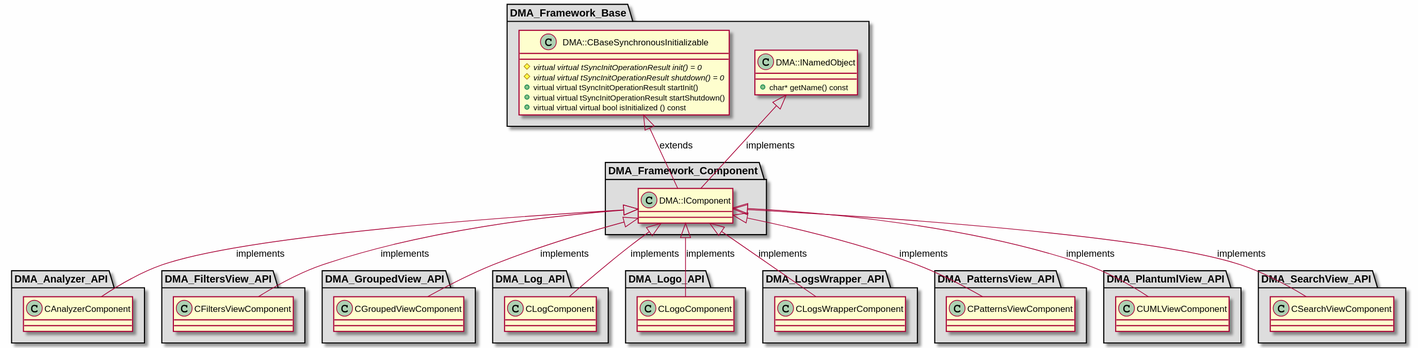
svlad-90/DLT-Message-Analyzer keeps this PlantUML diagram as md/dev_docs/puml/DMA_Framework_Component.svg. Above is the earlier version.
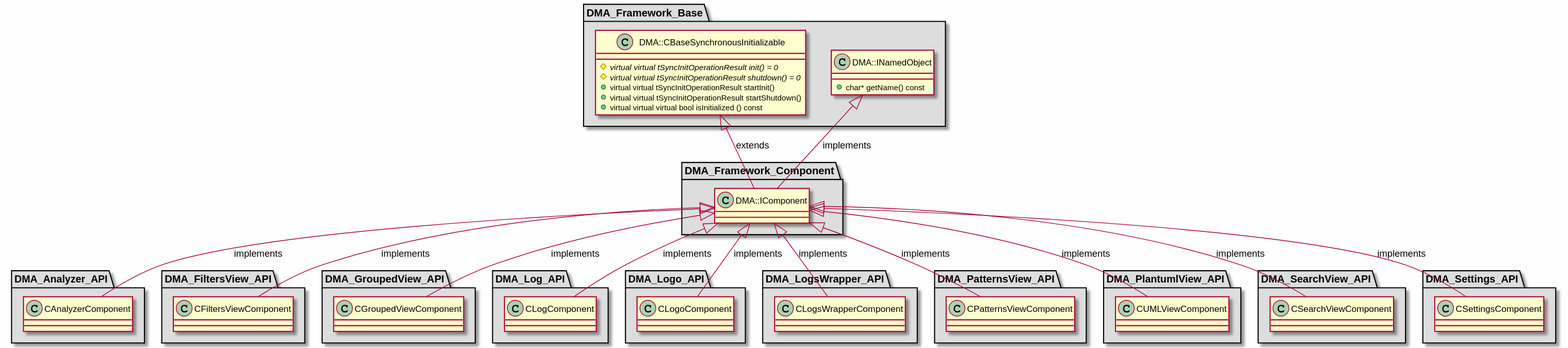
The same file after the commit.

Change to the diagram source:
```diff
@@ -111,6 +111,15 @@
 
 }
 
+package "DMA_Settings_API" #DDDDDD
+{
+
+class "CSettingsComponent"
+{
+}
+
+}
+
 DMA::IComponent <|-- CAnalyzerComponent : implements
 DMA::IComponent <|-- CFiltersViewComponent : implements
 DMA::CBaseSynchronousInitializable <|-- DMA::IComponent : extends
@@ -122,5 +131,6 @@
 DMA::IComponent <|-- CPatternsViewComponent : implements
 DMA::IComponent <|-- CUMLViewComponent : implements
 DMA::IComponent <|-- CSearchViewComponent : implements
+DMA::IComponent <|-- CSettingsComponent : implements
 
 @enduml
```
